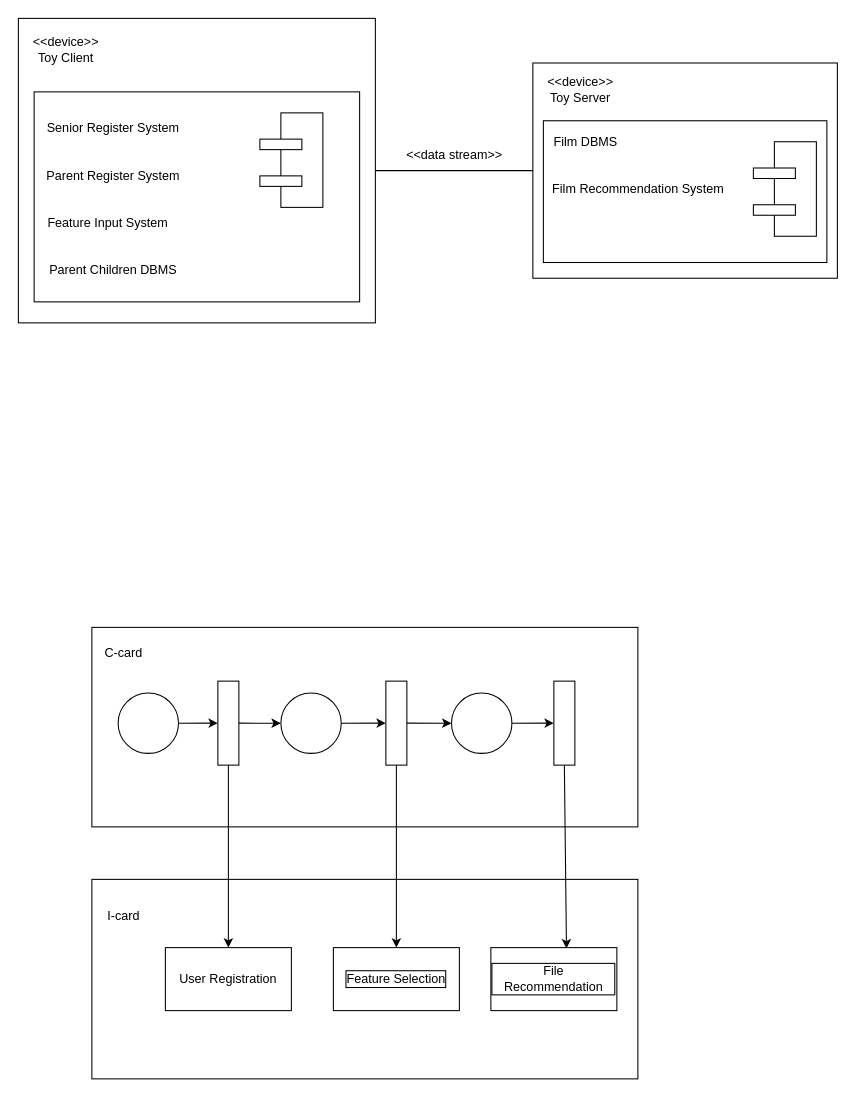
Above: page "第 2 页" (2 of 2) of se_ex4.drawio in Tianyu9748/hello-world (draw.io), before the change. Source tidied: cells renumbered, new cells numbered last; positions are measured from the earlier drawing's top-left corner, leaving out a move shared by most shapes. Both pictures are drawn from the tidied source at 105%, with x=0, y=0 at pixel (18, 18).
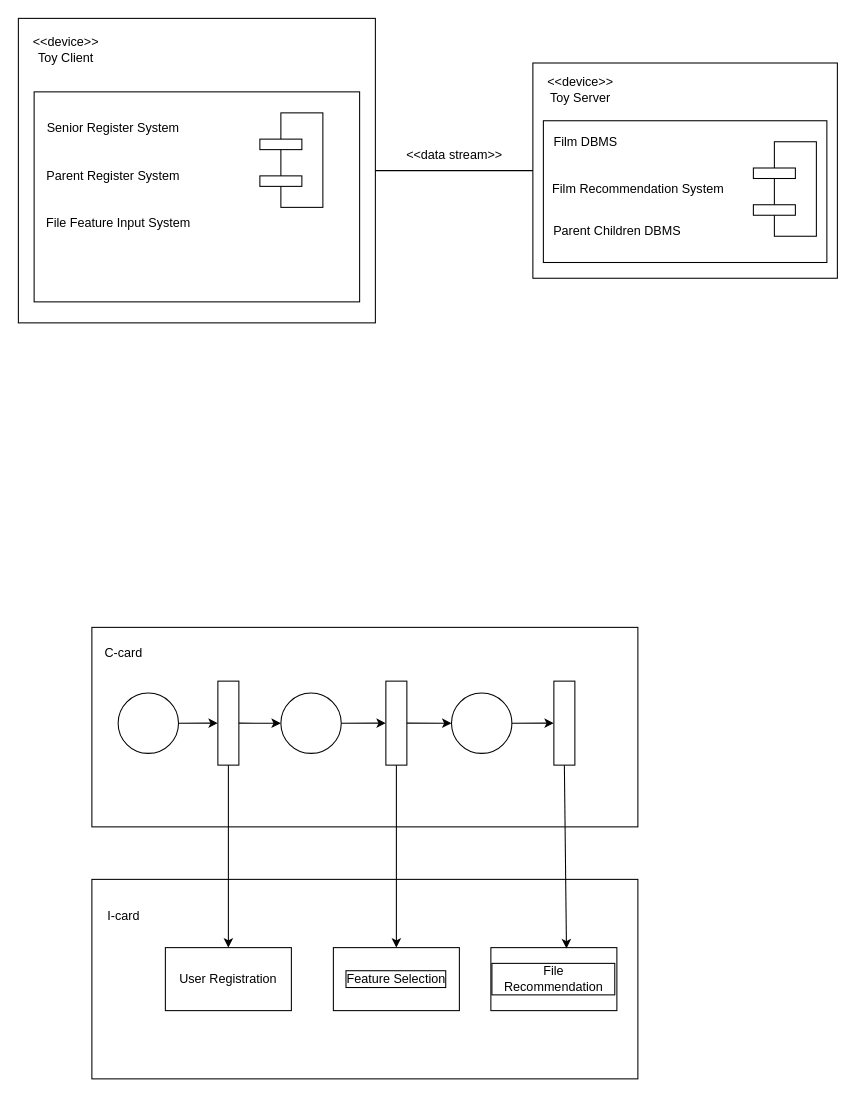
Above is the later version.

Diff of the diagram source:
```diff
@@
-    <mxCell id="18" value="Feature Input System" style="text;html=1;align=center;verticalAlign=middle;strokeColor=none;fillColor=none;" parent="1" vertex="1">
-      <mxGeometry x="15" y="180" width="140" height="30" as="geometry" />
+    <mxCell id="18" value="File Feature Input System" style="text;html=1;align=center;verticalAlign=middle;strokeColor=none;fillColor=none;" parent="1" vertex="1">
+      <mxGeometry x="15" y="180" width="160" height="30" as="geometry" />
     </mxCell>
     <mxCell id="19" value="Parent Children DBMS" style="text;html=1;align=center;verticalAlign=middle;strokeColor=none;fillColor=none;" parent="1" vertex="1">
-      <mxGeometry x="20" y="225" width="140" height="30" as="geometry" />
+      <mxGeometry x="500" y="187.5" width="140" height="30" as="geometry" />
     </mxCell>
```
